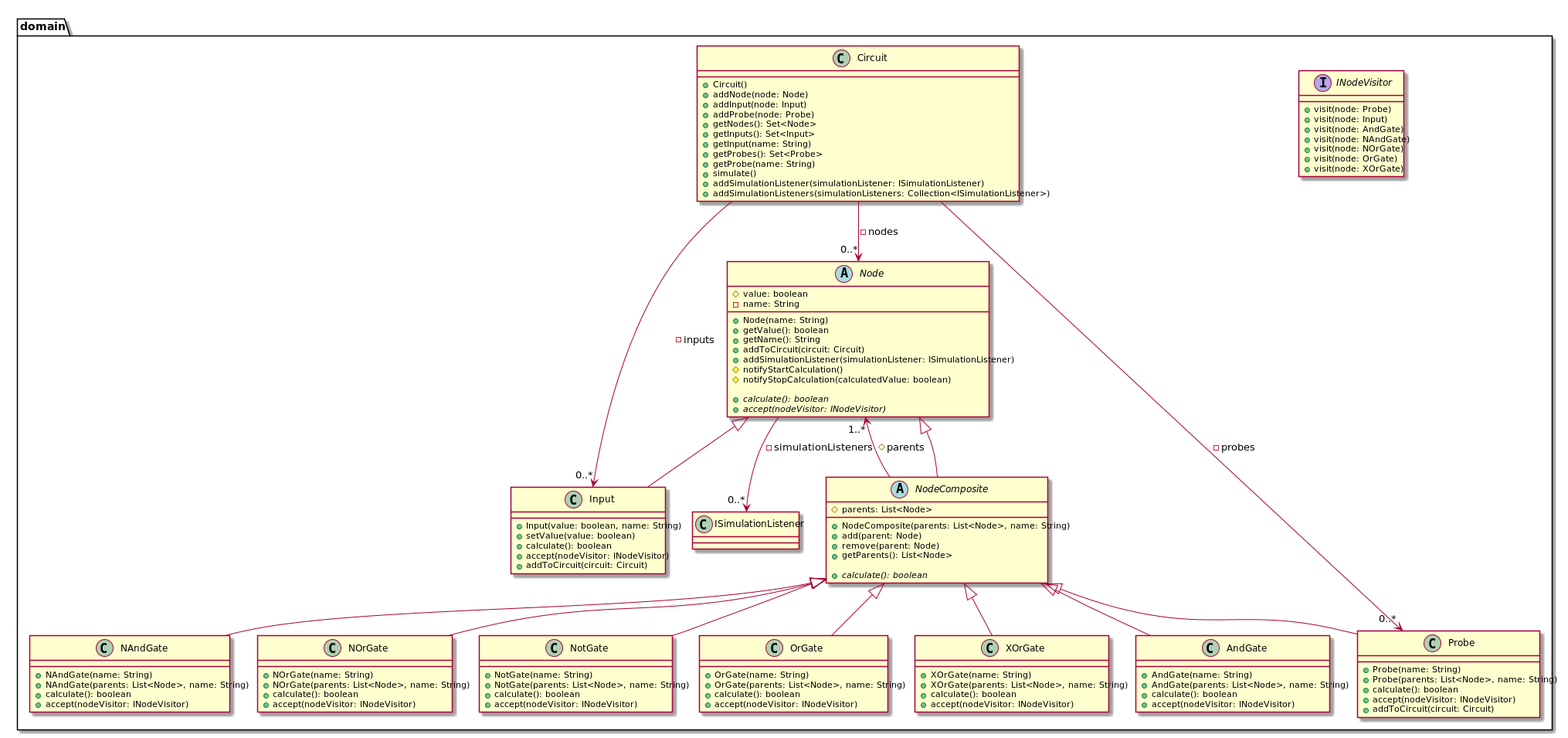
The PlantUML diagram docs/diagrams/build/dkdCoreDomain.png in stevenliebregt/avans-dp1-sirkwie, before a commit.
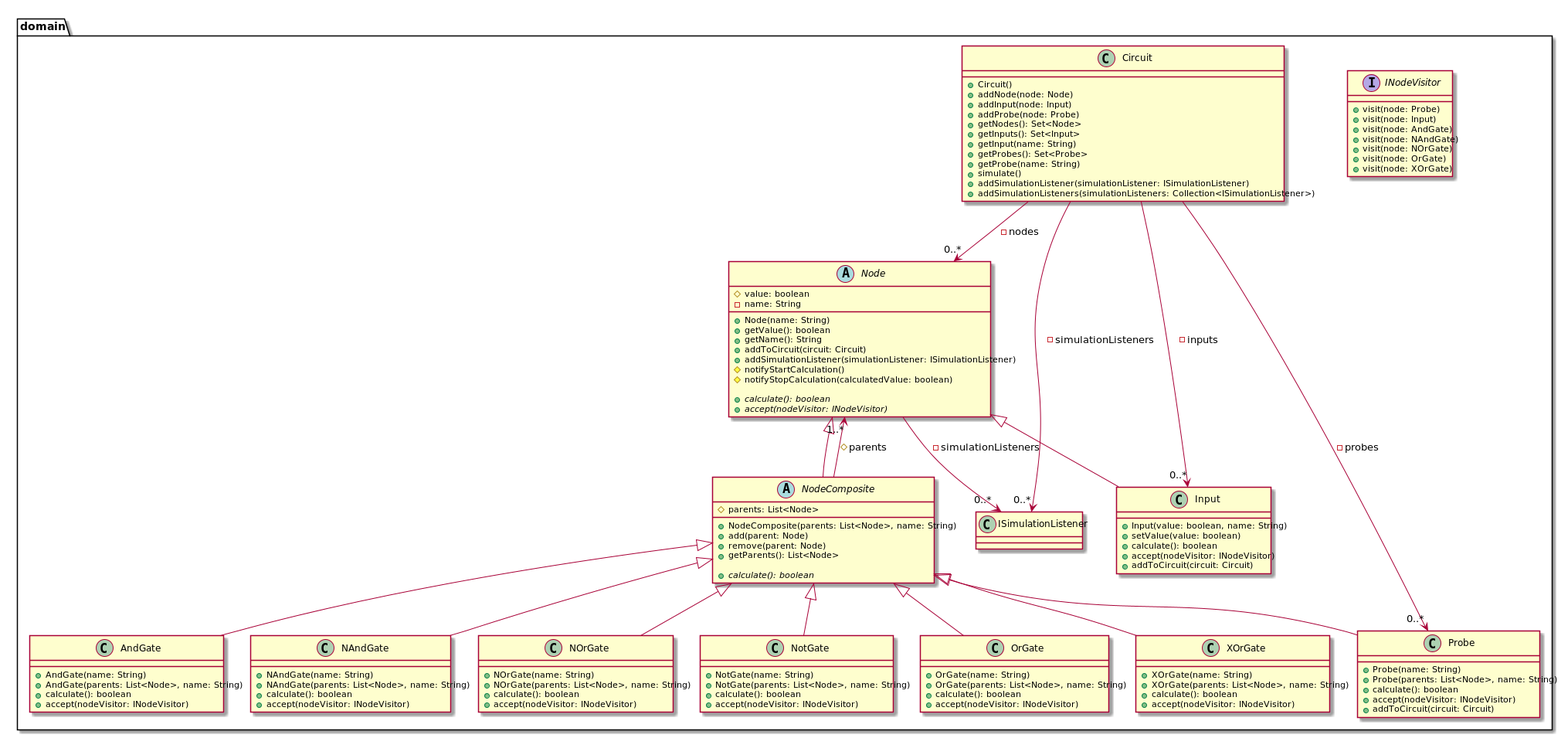
Later version of the same file.

The edit, as a diff of the source:
```diff
@@ -57,6 +57,7 @@
     Circuit " " --> "0..*" Node : -nodes
     Circuit " " --> "0..*" Input : -inputs
     Circuit " " --> "0..*" Probe : -probes
+    Circuit --> "0..*" ISimulationListener : -simulationListeners
 
     class Input extends Node {
         +Input(value: boolean, name: String)
```
